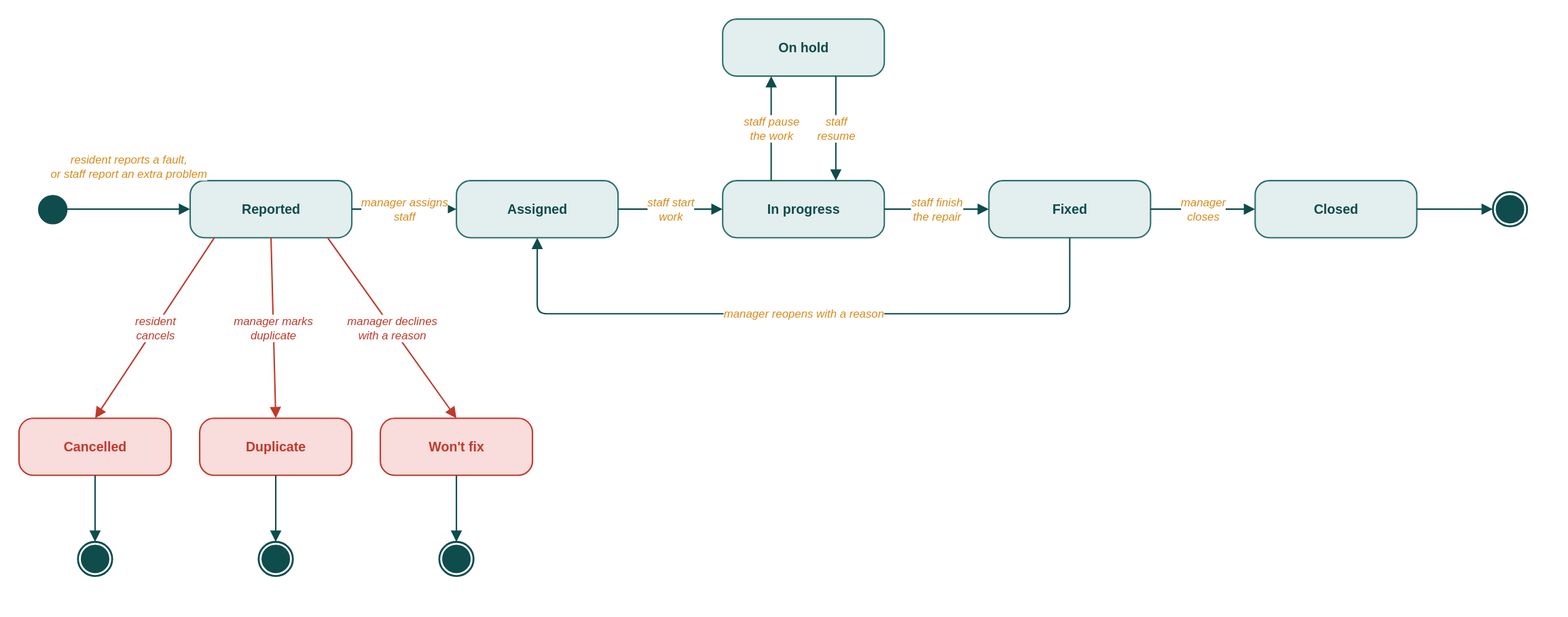
The draw.io diagram diagrams/resident/resident-state-3-fault-ticket.drawio.svg in iammahir2020/BariBondhu-Apartment-Building-Management-System, before a commit. Source tidied: cells renumbered, new cells last; positions are measured from the earlier drawing's top-left corner, leaving out a move shared by most shapes.
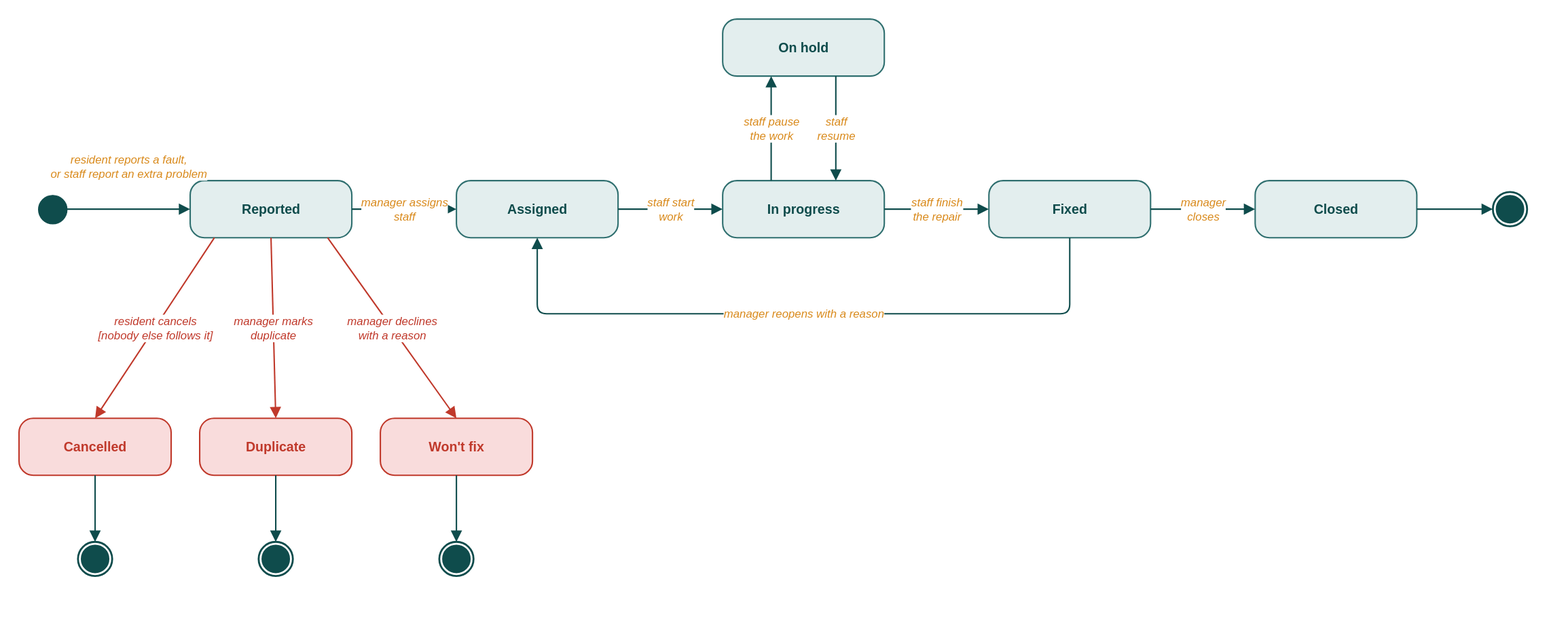
After the change.

Commit message:
Address review: ticket cancel, zero bills, rejected claims, late payments

Diff of the diagram source:
```diff
@@ -75,7 +75,7 @@
         </Array>
       </mxGeometry>
     </mxCell>
-    <mxCell id="24" value="resident&lt;br&gt;cancels" style="endArrow=block;endFill=1;endSize=8;html=1;strokeColor=#C0392B;strokeWidth=1.5;fontSize=12;fontStyle=2;fontColor=#C0392B;labelBackgroundColor=#FFFFFF;fontFamily=Helvetica;exitX=0.15;exitY=1;exitDx=0;exitDy=0;entryX=0.5;entryY=0;entryDx=0;entryDy=0;" parent="1" edge="1" source="3" target="9">
+    <mxCell id="24" value="resident cancels&lt;br&gt;[nobody else follows it]" style="endArrow=block;endFill=1;endSize=8;html=1;strokeColor=#C0392B;strokeWidth=1.5;fontSize=12;fontStyle=2;fontColor=#C0392B;labelBackgroundColor=#FFFFFF;fontFamily=Helvetica;exitX=0.15;exitY=1;exitDx=0;exitDy=0;entryX=0.5;entryY=0;entryDx=0;entryDy=0;" parent="1" edge="1" source="3" target="9">
       <mxGeometry relative="1" as="geometry" />
     </mxCell>
     <mxCell id="25" value="manager marks&lt;br&gt;duplicate" style="endArrow=block;endFill=1;endSize=8;html=1;strokeColor=#C0392B;strokeWidth=1.5;fontSize=12;fontStyle=2;fontColor=#C0392B;labelBackgroundColor=#FFFFFF;fontFamily=Helvetica;exitX=0.5;exitY=1;exitDx=0;exitDy=0;entryX=0.5;entryY=0;entryDx=0;entryDy=0;" parent="1" edge="1" source="3" target="10">
```
